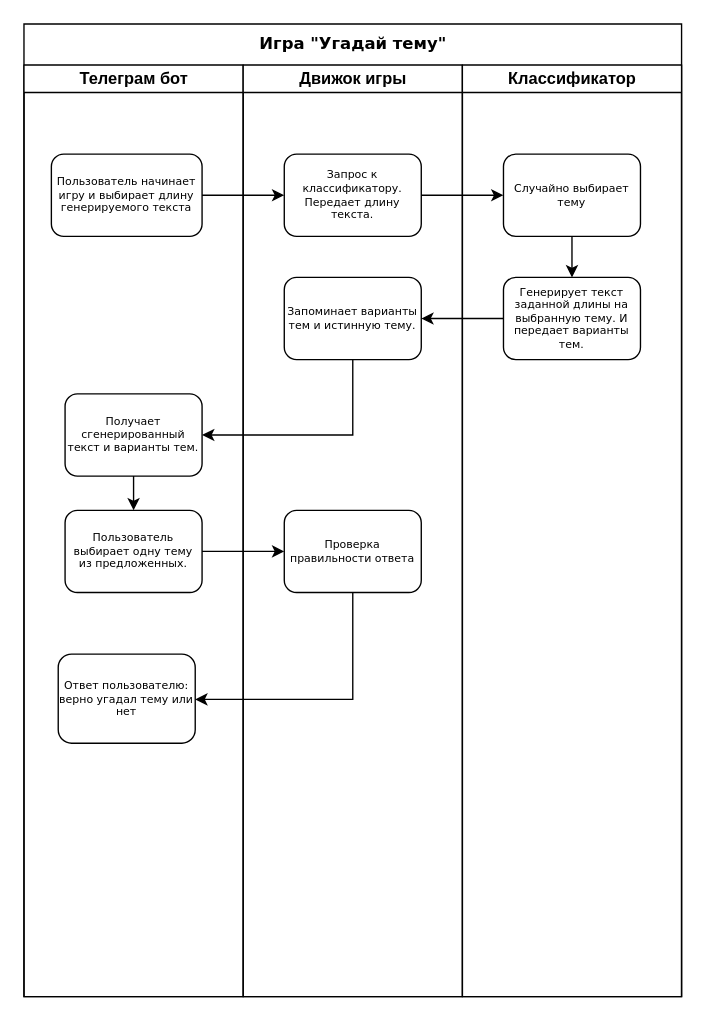
This is diogram_guess_topic_game.drawio from fursovia/chatbot_game, a draw.io file, before an edit. Source tidied: cells renumbered, new cells numbered last; positions are measured from the earlier drawing's top-left corner, leaving out a move shared by most shapes. Both pictures are drawn from the tidied source at 137%, with x=0, y=0 at pixel (23, 23).
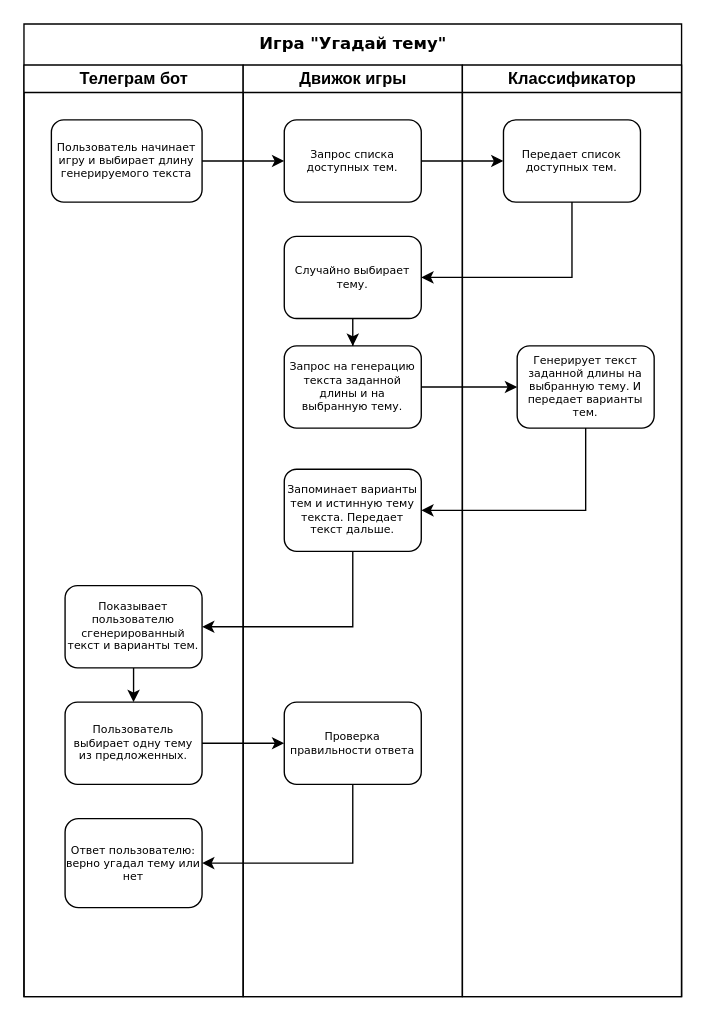
The same diagram, later.

Unchanged cells that the change refers to:
```xml
<mxCell id="2" value="&lt;font style=&quot;font-size: 12px&quot;&gt;Игра &quot;Угадай тему&quot;&lt;/font&gt;" style="swimlane;html=1;startSize=30;rounded=0;shadow=0;labelBackgroundColor=none;strokeWidth=1;fontFamily=Verdana;fontSize=8;align=center;" parent="1" vertex="1">
  <mxGeometry width="480" height="710" as="geometry" />
</mxCell>
<mxCell id="3" value="Телеграм бот" style="swimlane;html=1;startSize=20;" parent="2" vertex="1">
  <mxGeometry y="30" width="160" height="680" as="geometry" />
</mxCell>
<mxCell id="9" value="Движок игры" style="swimlane;html=1;startSize=20;" parent="2" vertex="1">
  <mxGeometry x="160" y="30" width="160" height="680" as="geometry" />
</mxCell>
```

Change to the diagram source:
```diff
@@
-    <mxCell id="4" value="Ответ пользователю: верно угадал тему или нет" style="rounded=1;whiteSpace=wrap;html=1;shadow=0;labelBackgroundColor=none;strokeWidth=1;fontFamily=Verdana;fontSize=8;align=center;" parent="3" vertex="1">
-      <mxGeometry x="25" y="430" width="100" height="65" as="geometry" />
-    </mxCell>
+    <mxCell id="6" value="&lt;font style=&quot;font-size: 8px&quot;&gt;Пользователь начинает игру и выбирает длину генерируемого текста&lt;/font&gt;" style="rounded=1;whiteSpace=wrap;html=1;shadow=0;labelBackgroundColor=none;strokeWidth=1;fontFamily=Verdana;fontSize=8;align=center;" parent="3" vertex="1">
+      <mxGeometry x="20" y="40" width="110" height="60" as="geometry" />
+    </mxCell>
-    <mxCell id="5" value="Получает сгенерированный текст и варианты тем." style="rounded=1;whiteSpace=wrap;html=1;shadow=0;labelBackgroundColor=none;strokeWidth=1;fontFamily=Verdana;fontSize=8;align=center;" parent="3" vertex="1">
-      <mxGeometry x="30" y="240" width="100" height="60" as="geometry" />
+    <mxCell id="5" value="Показывает пользователю сгенерированный текст и варианты тем." style="rounded=1;whiteSpace=wrap;html=1;shadow=0;labelBackgroundColor=none;strokeWidth=1;fontFamily=Verdana;fontSize=8;align=center;" parent="3" vertex="1">
+      <mxGeometry x="30" y="380" width="100" height="60" as="geometry" />
     </mxCell>
-    <mxCell id="6" value="&lt;font style=&quot;font-size: 8px&quot;&gt;Пользователь начинает игру и выбирает длину генерируемого текста&lt;/font&gt;" style="rounded=1;whiteSpace=wrap;html=1;shadow=0;labelBackgroundColor=none;strokeWidth=1;fontFamily=Verdana;fontSize=8;align=center;" parent="3" vertex="1">
-      <mxGeometry x="20" y="65" width="110" height="60" as="geometry" />
-    </mxCell>
@@
     <mxCell id="8" value="Пользователь выбирает одну тему из предложенных." style="rounded=1;whiteSpace=wrap;html=1;shadow=0;labelBackgroundColor=none;strokeWidth=1;fontFamily=Verdana;fontSize=8;align=center;" parent="3" vertex="1">
-      <mxGeometry x="30" y="325" width="100" height="60" as="geometry" />
+      <mxGeometry x="30" y="465" width="100" height="60" as="geometry" />
     </mxCell>
+    <mxCell id="4" value="Ответ пользователю: верно угадал тему или нет" style="rounded=1;whiteSpace=wrap;html=1;shadow=0;labelBackgroundColor=none;strokeWidth=1;fontFamily=Verdana;fontSize=8;align=center;" parent="3" vertex="1">
+      <mxGeometry x="30" y="550" width="100" height="65" as="geometry" />
+    </mxCell>
@@
-    <mxCell id="10" value="Запрос к классификатору. Передает длину текста." style="rounded=1;whiteSpace=wrap;html=1;shadow=0;labelBackgroundColor=none;strokeWidth=1;fontFamily=Verdana;fontSize=8;align=center;" parent="9" vertex="1">
-      <mxGeometry x="30" y="65" width="100" height="60" as="geometry" />
+    <mxCell id="10" value="Запрос списка доступных тем." style="rounded=1;whiteSpace=wrap;html=1;shadow=0;labelBackgroundColor=none;strokeWidth=1;fontFamily=Verdana;fontSize=8;align=center;" parent="9" vertex="1">
+      <mxGeometry x="30" y="40" width="100" height="60" as="geometry" />
     </mxCell>
+    <mxCell id="23" style="edgeStyle=orthogonalEdgeStyle;rounded=0;jettySize=auto;html=1;" parent="9" edge="1" source="24" target="25">
+      <mxGeometry relative="1" as="geometry" />
+    </mxCell>
+    <mxCell id="24" value="Случайно выбирает тему." style="rounded=1;whiteSpace=wrap;html=1;shadow=0;labelBackgroundColor=none;strokeWidth=1;fontFamily=Verdana;fontSize=8;align=center;" parent="9" vertex="1">
+      <mxGeometry x="30" y="125" width="100" height="60" as="geometry" />
+    </mxCell>
+    <mxCell id="25" value="Запрос на генерацию текста заданной длины и на выбранную тему." style="rounded=1;whiteSpace=wrap;html=1;shadow=0;labelBackgroundColor=none;strokeWidth=1;fontFamily=Verdana;fontSize=8;align=center;" parent="9" vertex="1">
+      <mxGeometry x="30" y="205" width="100" height="60" as="geometry" />
+    </mxCell>
-    <mxCell id="11" value="Запоминает варианты тем и истинную тему." style="rounded=1;whiteSpace=wrap;html=1;shadow=0;labelBackgroundColor=none;strokeWidth=1;fontFamily=Verdana;fontSize=8;align=center;" parent="9" vertex="1">
-      <mxGeometry x="30" y="155" width="100" height="60" as="geometry" />
+    <mxCell id="11" value="Запоминает варианты тем и истинную тему текста. Передает текст дальше." style="rounded=1;whiteSpace=wrap;html=1;shadow=0;labelBackgroundColor=none;strokeWidth=1;fontFamily=Verdana;fontSize=8;align=center;" parent="9" vertex="1">
+      <mxGeometry x="30" y="295" width="100" height="60" as="geometry" />
     </mxCell>
     <mxCell id="12" value="Проверка правильности ответа" style="rounded=1;whiteSpace=wrap;html=1;shadow=0;labelBackgroundColor=none;strokeWidth=1;fontFamily=Verdana;fontSize=8;align=center;" parent="9" vertex="1">
-      <mxGeometry x="30" y="325" width="100" height="60" as="geometry" />
+      <mxGeometry x="30" y="465" width="100" height="60" as="geometry" />
     </mxCell>
-    <mxCell id="13" value="Классификатор" style="swimlane;html=1;startSize=20;" parent="2" vertex="1">
-      <mxGeometry x="320" y="30" width="160" height="680" as="geometry" />
-    </mxCell>
-    <mxCell id="14" style="edgeStyle=orthogonalEdgeStyle;rounded=0;jettySize=auto;html=1;strokeWidth=1;" parent="13" edge="1" source="15" target="16">
-      <mxGeometry relative="1" as="geometry" />
-    </mxCell>
-    <mxCell id="15" value="Случайно выбирает тему" style="rounded=1;whiteSpace=wrap;html=1;shadow=0;labelBackgroundColor=none;strokeWidth=1;fontFamily=Verdana;fontSize=8;align=center;" parent="13" vertex="1">
-      <mxGeometry x="30" y="65" width="100" height="60" as="geometry" />
-    </mxCell>
-    <mxCell id="16" value="Генерирует текст заданной длины на выбранную тему. И передает варианты тем." style="rounded=1;whiteSpace=wrap;html=1;shadow=0;labelBackgroundColor=none;strokeWidth=1;fontFamily=Verdana;fontSize=8;align=center;" parent="13" vertex="1">
-      <mxGeometry x="30" y="155" width="100" height="60" as="geometry" />
-    </mxCell>
+    <mxCell id="19" style="edgeStyle=orthogonalEdgeStyle;rounded=0;jettySize=auto;html=1;strokeWidth=1;" parent="2" edge="1" source="16" target="11">
+      <mxGeometry relative="1" as="geometry">
+        <Array as="points">
+          <mxPoint x="410" y="355" />
+        </Array>
+      </mxGeometry>
+    </mxCell>
@@
-    <mxCell id="19" style="edgeStyle=orthogonalEdgeStyle;rounded=0;jettySize=auto;html=1;strokeWidth=1;" parent="2" edge="1" source="16" target="11">
-      <mxGeometry relative="1" as="geometry" />
-    </mxCell>
+    <mxCell id="14" style="edgeStyle=orthogonalEdgeStyle;rounded=0;jettySize=auto;html=1;strokeWidth=1;entryX=1;entryY=0.5;entryDx=0;entryDy=0;" parent="2" edge="1" source="15" target="24">
+      <mxGeometry relative="1" as="geometry">
+        <Array as="points">
+          <mxPoint x="400" y="185" />
+        </Array>
+      </mxGeometry>
+    </mxCell>
     <mxCell id="20" style="edgeStyle=orthogonalEdgeStyle;rounded=0;jettySize=auto;html=1;strokeWidth=1;exitX=0.5;exitY=1;exitDx=0;exitDy=0;" parent="2" edge="1" source="11" target="5">
       <mxGeometry relative="1" as="geometry">
         <Array as="points">
-          <mxPoint x="240" y="300" />
+          <mxPoint x="240" y="440" />
         </Array>
       </mxGeometry>
     </mxCell>
@@
-    <mxCell id="22" style="edgeStyle=orthogonalEdgeStyle;rounded=0;jettySize=auto;html=1;strokeWidth=1;" parent="2" edge="1" source="12" target="4">
+    <mxCell id="22" style="edgeStyle=orthogonalEdgeStyle;rounded=0;jettySize=auto;html=1;strokeWidth=1;entryX=1;entryY=0.5;entryDx=0;entryDy=0;" parent="2" edge="1" source="12" target="4">
       <mxGeometry relative="1" as="geometry">
         <Array as="points">
-          <mxPoint x="240" y="493" />
+          <mxPoint x="240" y="613" />
         </Array>
       </mxGeometry>
     </mxCell>
+    <mxCell id="26" style="edgeStyle=orthogonalEdgeStyle;rounded=0;jettySize=auto;html=1;exitX=1;exitY=0.5;exitDx=0;exitDy=0;" parent="2" edge="1" source="25" target="16">
+      <mxGeometry relative="1" as="geometry" />
+    </mxCell>
+    <mxCell id="13" value="Классификатор" style="swimlane;html=1;startSize=20;" parent="2" vertex="1">
+      <mxGeometry x="320" y="30" width="160" height="680" as="geometry" />
+    </mxCell>
+    <mxCell id="15" value="Передает список доступных тем." style="rounded=1;whiteSpace=wrap;html=1;shadow=0;labelBackgroundColor=none;strokeWidth=1;fontFamily=Verdana;fontSize=8;align=center;" parent="13" vertex="1">
+      <mxGeometry x="30" y="40" width="100" height="60" as="geometry" />
+    </mxCell>
+    <mxCell id="16" value="Генерирует текст заданной длины на выбранную тему. И передает варианты тем." style="rounded=1;whiteSpace=wrap;html=1;shadow=0;labelBackgroundColor=none;strokeWidth=1;fontFamily=Verdana;fontSize=8;align=center;" parent="13" vertex="1">
+      <mxGeometry x="40" y="205" width="100" height="60" as="geometry" />
+    </mxCell>
```
